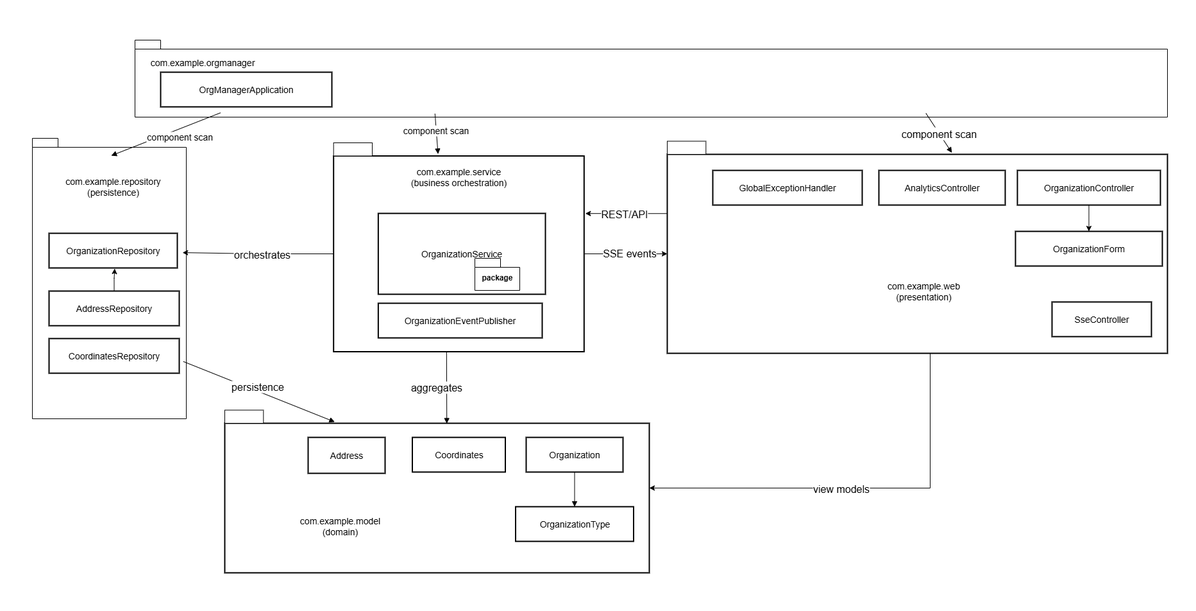
Above: lab3/report/uml2.png in MrTheFall/study_is (draw.io), before the change. Source tidied: cells renumbered, new cells last; positions are measured from the earlier drawing's top-left corner, leaving out a move shared by most shapes.
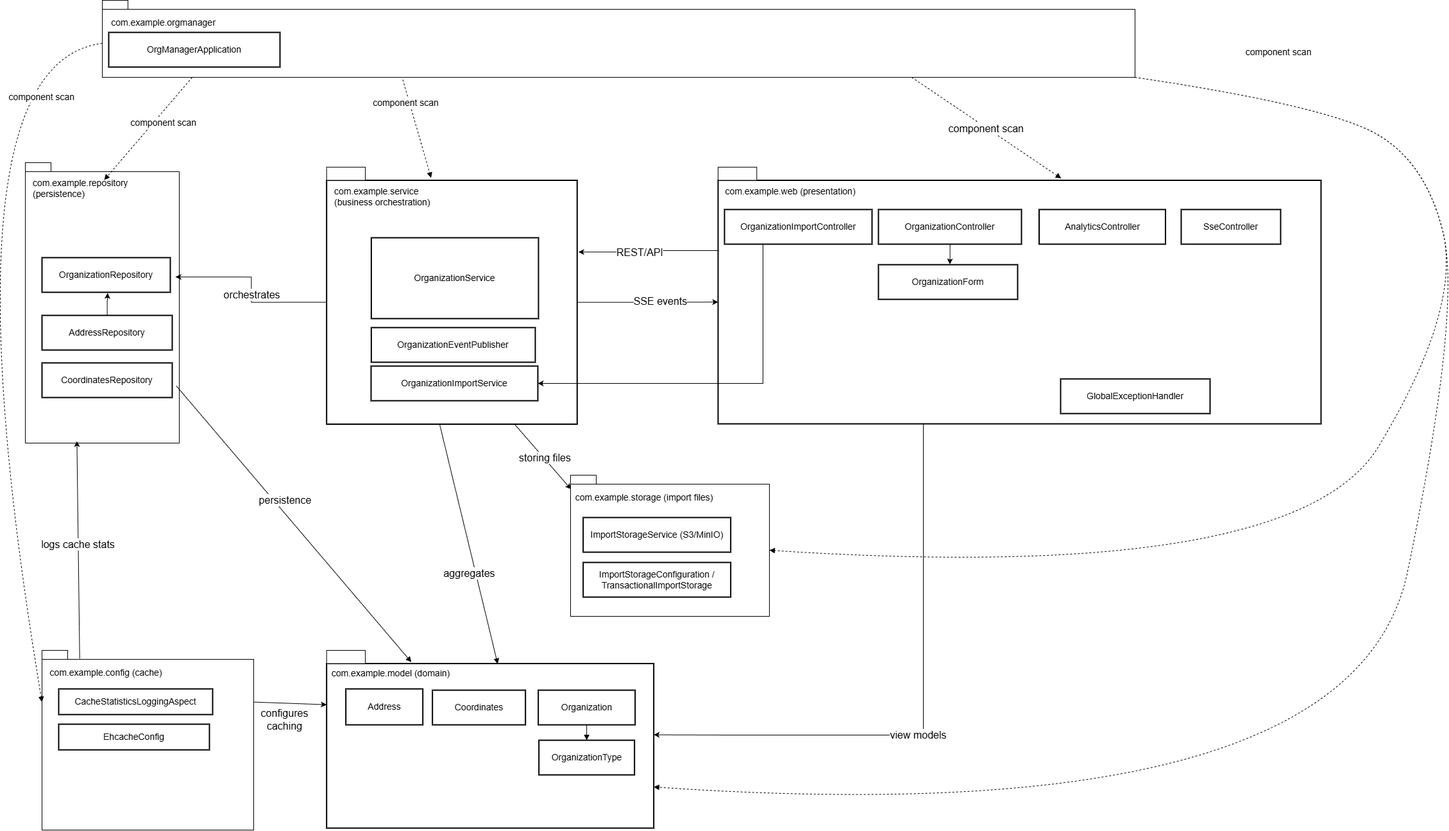
After the change.

Diff of the diagram source:
```diff
@@ -4,2 +4,16 @@
     <mxCell id="1" parent="0" />
+    <mxCell id="52" style="shape=folder;fontStyle=1;spacingTop=10;tabWidth=40;tabHeight=14;tabPosition=left;html=1;whiteSpace=wrap;" parent="1" vertex="1">
+      <mxGeometry x="900" y="702" width="310" height="220" as="geometry" />
+    </mxCell>
+    <mxCell id="53" style="rounded=0;jettySize=auto;html=1;entryX=0;entryY=0.25;entryDx=0;entryDy=0;exitX=0;exitY=0;exitDx=330;exitDy=80.5;exitPerimeter=0;" parent="1" edge="1" source="55" target="4">
+      <mxGeometry relative="1" as="geometry" />
+    </mxCell>
+    <mxCell id="54" value="configures&lt;div&gt;caching&lt;/div&gt;" style="edgeLabel;html=1;align=center;verticalAlign=middle;fontFamily=Helvetica;fontSize=16;fontColor=default;labelBackgroundColor=default;fillColor=none;gradientColor=none;" parent="53" vertex="1">
+      <mxGeometry x="0.05" y="1" relative="1" as="geometry">
+        <mxPoint x="-13" y="25" as="offset" />
+      </mxGeometry>
+    </mxCell>
+    <mxCell id="55" style="shape=folder;fontStyle=1;spacingTop=10;tabWidth=40;tabHeight=14;tabPosition=left;html=1;whiteSpace=wrap;" parent="1" vertex="1">
+      <mxGeometry x="76" y="975.1" width="330" height="280" as="geometry" />
+    </mxCell>
     <mxCell id="2" style="shape=folder;fontStyle=1;spacingTop=10;tabWidth=40;tabHeight=14;tabPosition=left;html=1;whiteSpace=wrap;" parent="1" vertex="1">
@@ -8,6 +22,6 @@
     <mxCell id="3" style="shape=folder;fontStyle=1;spacingTop=10;tabWidth=40;tabHeight=14;tabPosition=left;html=1;whiteSpace=wrap;" parent="1" vertex="1">
-      <mxGeometry x="210" y="62" width="1610" height="120" as="geometry" />
+      <mxGeometry x="170" y="-38" width="1610" height="120" as="geometry" />
     </mxCell>
     <mxCell id="4" style="whiteSpace=wrap;strokeWidth=2;fontSize=14;" parent="1" vertex="1">
-      <mxGeometry x="350" y="659" width="662" height="233" as="geometry" />
+      <mxGeometry x="519.7" y="995.6" width="510" height="256.4" as="geometry" />
     </mxCell>
@@ -22,11 +36,11 @@
     <mxCell id="7" style="whiteSpace=wrap;strokeWidth=2;align=right;fontSize=14;" parent="1" vertex="1">
-      <mxGeometry x="519.7" y="242.5" width="390.6" height="305" as="geometry" />
+      <mxGeometry x="519.7" y="242.5" width="390.6" height="380" as="geometry" />
     </mxCell>
     <mxCell id="8" style="whiteSpace=wrap;strokeWidth=2;fontSize=14;" parent="1" vertex="1">
-      <mxGeometry x="1040" y="240" width="780" height="310" as="geometry" />
+      <mxGeometry x="1130" y="242.5" width="940" height="379.5" as="geometry" />
     </mxCell>
     <mxCell id="9" value="OrgManagerApplication" style="whiteSpace=wrap;strokeWidth=2;fontSize=14;" parent="1" vertex="1">
-      <mxGeometry x="250" y="112" width="267" height="54" as="geometry" />
+      <mxGeometry x="180" y="12" width="267" height="54" as="geometry" />
     </mxCell>
-    <mxCell id="10" style="edgeStyle=orthogonalEdgeStyle;rounded=0;jettySize=auto;html=1;entryX=0.5;entryY=0;entryDx=0;entryDy=0;" parent="1" edge="1" source="11" target="15">
+    <mxCell id="10" style="edgeStyle=orthogonalEdgeStyle;rounded=0;jettySize=auto;html=1;entryX=0.513;entryY=-0.012;entryDx=0;entryDy=0;entryPerimeter=0;" parent="1" edge="1" source="11" target="15">
       <mxGeometry relative="1" as="geometry" />
@@ -34,15 +48,15 @@
     <mxCell id="11" value="OrganizationController" style="whiteSpace=wrap;strokeWidth=2;fontSize=14;" parent="1" vertex="1">
-      <mxGeometry x="1586" y="265" width="223" height="54" as="geometry" />
+      <mxGeometry x="1380" y="288" width="223" height="54" as="geometry" />
     </mxCell>
     <mxCell id="12" value="AnalyticsController" style="whiteSpace=wrap;strokeWidth=2;fontSize=14;" parent="1" vertex="1">
-      <mxGeometry x="1370" y="265" width="197" height="54" as="geometry" />
+      <mxGeometry x="1630.5" y="288" width="197" height="54" as="geometry" />
     </mxCell>
     <mxCell id="13" value="SseController" style="whiteSpace=wrap;strokeWidth=2;fontSize=14;" parent="1" vertex="1">
-      <mxGeometry x="1640" y="470" width="155" height="54" as="geometry" />
+      <mxGeometry x="1852" y="288" width="155" height="54" as="geometry" />
     </mxCell>
     <mxCell id="14" value="GlobalExceptionHandler" style="whiteSpace=wrap;strokeWidth=2;fontSize=14;" parent="1" vertex="1">
-      <mxGeometry x="1111" y="265" width="233" height="54" as="geometry" />
+      <mxGeometry x="1664" y="552" width="233" height="54" as="geometry" />
     </mxCell>
     <mxCell id="15" value="OrganizationForm" style="whiteSpace=wrap;strokeWidth=2;fontSize=14;" parent="1" vertex="1">
-      <mxGeometry x="1583" y="360" width="229" height="54" as="geometry" />
+      <mxGeometry x="1380" y="374" width="217" height="54" as="geometry" />
     </mxCell>
@@ -72,22 +86,18 @@
     <mxCell id="23" value="Organization" style="whiteSpace=wrap;strokeWidth=2;fontSize=14;" parent="1" vertex="1">
-      <mxGeometry x="820" y="681" width="151" height="54" as="geometry" />
+      <mxGeometry x="849.7" y="1037.1" width="151" height="54" as="geometry" />
     </mxCell>
     <mxCell id="24" value="Address" style="whiteSpace=wrap;strokeWidth=2;fontSize=14;" parent="1" vertex="1">
-      <mxGeometry x="480" y="681" width="120" height="56" as="geometry" />
+      <mxGeometry x="549.7" y="1035.1" width="120" height="56" as="geometry" />
     </mxCell>
     <mxCell id="25" value="Coordinates" style="whiteSpace=wrap;strokeWidth=2;fontSize=14;" parent="1" vertex="1">
-      <mxGeometry x="642.5" y="681" width="145" height="54" as="geometry" />
+      <mxGeometry x="684.7" y="1037.1" width="145" height="54" as="geometry" />
     </mxCell>
     <mxCell id="26" value="OrganizationType" style="whiteSpace=wrap;strokeWidth=2;fontSize=14;" parent="1" vertex="1">
-      <mxGeometry x="803.5" y="789" width="184" height="54" as="geometry" />
+      <mxGeometry x="850.7" y="1115.1" width="149" height="54" as="geometry" />
     </mxCell>
-    <mxCell id="27" value="component scan" style="curved=1;startArrow=none;endArrow=block;entryX=0.569;entryY=-0.008;rounded=0;fontSize=16;exitX=0.786;exitY=1;exitDx=0;exitDy=0;exitPerimeter=0;entryDx=0;entryDy=0;entryPerimeter=0;" parent="1" edge="1" target="8">
-      <mxGeometry relative="1" as="geometry">
-        <mxPoint x="1443.4" y="176" as="sourcePoint" />
-      </mxGeometry>
+    <mxCell id="27" value="component scan" style="curved=1;startArrow=none;endArrow=block;entryX=0.569;entryY=-0.008;rounded=0;fontSize=16;exitX=0.784;exitY=1.002;exitDx=0;exitDy=0;exitPerimeter=0;entryDx=0;entryDy=0;entryPerimeter=0;dashed=1;" parent="1" edge="1" source="3" target="8">
+      <mxGeometry relative="1" as="geometry" />
     </mxCell>
-    <mxCell id="28" style="curved=1;startArrow=none;endArrow=block;exitX=0.351;exitY=1.005;entryX=0.417;entryY=-0.01;rounded=0;fontSize=14;entryDx=0;entryDy=0;entryPerimeter=0;exitDx=0;exitDy=0;exitPerimeter=0;" parent="1" edge="1" target="7">
-      <mxGeometry relative="1" as="geometry">
-        <mxPoint x="677.8" y="176.5" as="sourcePoint" />
-      </mxGeometry>
+    <mxCell id="28" style="curved=1;startArrow=none;endArrow=block;exitX=0.291;exitY=1.032;entryX=0.417;entryY=-0.01;rounded=0;fontSize=14;entryDx=0;entryDy=0;entryPerimeter=0;exitDx=0;exitDy=0;exitPerimeter=0;dashed=1;" parent="1" edge="1" source="3" target="7">
+      <mxGeometry relative="1" as="geometry" />
     </mxCell>
@@ -98,5 +108,4 @@
     </mxCell>
-    <mxCell id="30" value="component scan" style="curved=1;startArrow=none;endArrow=block;exitX=0.161;exitY=0.993;entryX=0.5;entryY=0;rounded=0;fontSize=14;exitDx=0;exitDy=0;exitPerimeter=0;entryDx=0;entryDy=0;" parent="1" edge="1">
+    <mxCell id="30" value="component scan" style="curved=1;startArrow=none;endArrow=block;exitX=0.087;exitY=1.002;entryX=0.5;entryY=0;rounded=0;fontSize=14;exitDx=0;exitDy=0;exitPerimeter=0;entryDx=0;entryDy=0;dashed=1;" parent="1" edge="1" source="3">
       <mxGeometry x="-0.21" y="12" relative="1" as="geometry">
-        <mxPoint x="343.4" y="175.3" as="sourcePoint" />
         <mxPoint x="173" y="242" as="targetPoint" />
@@ -125,19 +134,19 @@
     </mxCell>
-    <mxCell id="36" value="&lt;span style=&quot;font-family: Helvetica; font-style: normal; font-variant-ligatures: normal; font-variant-caps: normal; font-weight: 400; letter-spacing: normal; orphans: 2; text-indent: 0px; text-transform: none; widows: 2; word-spacing: 0px; -webkit-text-stroke-width: 0px; white-space: normal; text-decoration-thickness: initial; text-decoration-style: initial; text-decoration-color: initial; float: none; display: inline !important;&quot;&gt;&lt;font style=&quot;color: rgb(0, 0, 0);&quot;&gt;com.example.service&lt;/font&gt;&lt;/span&gt;&lt;div&gt;&lt;span style=&quot;font-family: Helvetica; font-style: normal; font-variant-ligatures: normal; font-variant-caps: normal; font-weight: 400; letter-spacing: normal; orphans: 2; text-indent: 0px; text-transform: none; widows: 2; word-spacing: 0px; -webkit-text-stroke-width: 0px; white-space: normal; text-decoration-thickness: initial; text-decoration-style: initial; text-decoration-color: initial; float: none; display: inline !important;&quot;&gt;&lt;font style=&quot;color: rgb(0, 0, 0);&quot;&gt;(business orchestration)&lt;/font&gt;&lt;/span&gt;&lt;/div&gt;" style="text;whiteSpace=wrap;html=1;strokeWidth=2;fontSize=14;align=center;" parent="1" vertex="1">
-      <mxGeometry x="585" y="252" width="260" height="46" as="geometry" />
+    <mxCell id="36" value="&lt;span style=&quot;font-family: Helvetica; font-style: normal; font-variant-ligatures: normal; font-variant-caps: normal; font-weight: 400; letter-spacing: normal; orphans: 2; text-indent: 0px; text-transform: none; widows: 2; word-spacing: 0px; -webkit-text-stroke-width: 0px; white-space: normal; text-decoration-thickness: initial; text-decoration-style: initial; text-decoration-color: initial; float: none; display: inline !important;&quot;&gt;&lt;font style=&quot;color: rgb(0, 0, 0);&quot;&gt;com.example.service&lt;/font&gt;&lt;/span&gt;&lt;div&gt;&lt;span style=&quot;font-family: Helvetica; font-style: normal; font-variant-ligatures: normal; font-variant-caps: normal; font-weight: 400; letter-spacing: normal; orphans: 2; text-indent: 0px; text-transform: none; widows: 2; word-spacing: 0px; -webkit-text-stroke-width: 0px; white-space: normal; text-decoration-thickness: initial; text-decoration-style: initial; text-decoration-color: initial; float: none; display: inline !important;&quot;&gt;&lt;font style=&quot;color: rgb(0, 0, 0);&quot;&gt;(business orchestration)&lt;/font&gt;&lt;/span&gt;&lt;/div&gt;" style="text;whiteSpace=wrap;html=1;strokeWidth=2;fontSize=14;align=left;" parent="1" vertex="1">
+      <mxGeometry x="530" y="245" width="260" height="46" as="geometry" />
     </mxCell>
-    <mxCell id="37" value="com.example.&lt;span&gt;model&lt;br&gt;(domain)&lt;/span&gt;" style="text;whiteSpace=wrap;html=1;strokeWidth=2;fontSize=14;align=center;" parent="1" vertex="1">
-      <mxGeometry x="430" y="796" width="200" height="40" as="geometry" />
+    <mxCell id="37" value="com.example.&lt;span&gt;model (domain)&lt;/span&gt;" style="text;whiteSpace=wrap;html=1;strokeWidth=2;fontSize=14;align=center;" parent="1" vertex="1">
+      <mxGeometry x="519.7" y="995.6" width="200" height="40" as="geometry" />
     </mxCell>
-    <mxCell id="38" value="&lt;span&gt;com.example.&lt;/span&gt;&lt;span&gt;&lt;font&gt;web&lt;/font&gt;&lt;/span&gt;&lt;div&gt;&lt;span&gt;&lt;font&gt;(presentation)&lt;/font&gt;&lt;/span&gt;&lt;/div&gt;" style="text;whiteSpace=wrap;html=1;strokeWidth=2;fontSize=14;rounded=0;glass=0;shadow=0;labelBorderColor=none;textShadow=0;labelBackgroundColor=none;align=center;" parent="1" vertex="1">
-      <mxGeometry x="1320" y="430" width="240" height="40" as="geometry" />
+    <mxCell id="38" value="&lt;span&gt;com.example.&lt;/span&gt;&lt;span&gt;&lt;font&gt;web&amp;nbsp;&lt;/font&gt;&lt;/span&gt;&lt;span style=&quot;background-color: transparent; color: light-dark(rgb(0, 0, 0), rgb(255, 255, 255));&quot;&gt;(presentation)&lt;/span&gt;" style="text;whiteSpace=wrap;html=1;strokeWidth=2;fontSize=14;rounded=0;glass=0;shadow=0;labelBorderColor=none;textShadow=0;labelBackgroundColor=none;align=center;" parent="1" vertex="1">
+      <mxGeometry x="1130" y="245" width="226" height="40" as="geometry" />
     </mxCell>
     <mxCell id="39" value="&lt;font&gt;&lt;span style=&quot;text-wrap-mode: wrap;&quot;&gt;com.example.orgmanager&lt;/span&gt;&lt;br&gt;&lt;/font&gt;" style="text;html=1;align=center;verticalAlign=middle;strokeColor=none;fillColor=none;fontSize=14;" parent="1" vertex="1">
-      <mxGeometry x="220" y="82" width="190" height="30" as="geometry" />
+      <mxGeometry x="170" y="-18" width="190" height="30" as="geometry" />
     </mxCell>
     <mxCell id="40" value="&amp;nbsp;" style="text;html=1;align=center;verticalAlign=middle;strokeColor=none;fillColor=none;fontSize=14;" parent="1" vertex="1">
-      <mxGeometry y="922" width="30" height="30" as="geometry" />
+      <mxGeometry x="87" y="1100.1" width="30" height="30" as="geometry" />
     </mxCell>
-    <mxCell id="41" value="com.example.repository (persistence)" style="text;whiteSpace=wrap;html=1;strokeWidth=2;fontSize=14;align=center;" parent="1" vertex="1">
-      <mxGeometry x="76" y="267" width="200" height="40" as="geometry" />
+    <mxCell id="41" value="com.example.repository (persistence)" style="text;whiteSpace=wrap;html=1;strokeWidth=2;fontSize=14;align=left;" parent="1" vertex="1">
+      <mxGeometry x="60" y="232" width="200" height="40" as="geometry" />
     </mxCell>
@@ -149,3 +158,4 @@
         <Array as="points">
-          <mxPoint x="1450" y="760" />
+          <mxPoint x="1450" y="1107" />
+          <mxPoint x="1151" y="1107" />
         </Array>
@@ -154,3 +164,5 @@
     <mxCell id="44" value="view models" style="edgeLabel;html=1;align=center;verticalAlign=middle;fontSize=16;" parent="43" vertex="1">
-      <mxGeometry x="0.08" relative="1" as="geometry" />
+      <mxGeometry x="0.08" relative="1" as="geometry">
+        <mxPoint x="-4" y="-1" as="offset" />
+      </mxGeometry>
     </mxCell>
@@ -159,3 +171,4 @@
         <Array as="points">
-          <mxPoint x="1000" y="332" />
+          <mxPoint x="1000" y="352" />
+          <mxPoint x="1000" y="354" />
         </Array>
@@ -171,5 +184,2 @@
     </mxCell>
-    <mxCell id="48" value="package" style="shape=folder;fontStyle=1;spacingTop=10;tabWidth=40;tabHeight=14;tabPosition=left;html=1;whiteSpace=wrap;" parent="1" vertex="1">
-      <mxGeometry x="740" y="402" width="70" height="50" as="geometry" />
-    </mxCell>
     <mxCell id="49" style="rounded=0;whiteSpace=wrap;html=1;" parent="1" vertex="1">
@@ -178,7 +188,85 @@
     <mxCell id="50" style="rounded=0;whiteSpace=wrap;html=1;" parent="1" vertex="1">
-      <mxGeometry x="350" y="638.5" width="60.3" height="20.5" as="geometry" />
+      <mxGeometry x="519.7" y="975.1" width="60.3" height="20.5" as="geometry" />
     </mxCell>
     <mxCell id="51" style="rounded=0;whiteSpace=wrap;html=1;" parent="1" vertex="1">
-      <mxGeometry x="1040" y="219.5" width="60.3" height="20.5" as="geometry" />
+      <mxGeometry x="1130" y="222" width="60.3" height="20.5" as="geometry" />
     </mxCell>
+    <mxCell id="56" value="com.example.config (cache)" style="text;whiteSpace=wrap;html=1;strokeWidth=2;fontSize=14;align=center;" parent="1" vertex="1">
+      <mxGeometry x="76" y="995.1" width="200" height="30" as="geometry" />
+    </mxCell>
+    <mxCell id="57" value="EhcacheConfig" style="whiteSpace=wrap;strokeWidth=2;fontSize=14;" parent="1" vertex="1">
+      <mxGeometry x="102" y="1090.1" width="235" height="40" as="geometry" />
+    </mxCell>
+    <mxCell id="58" value="CacheStatisticsLoggingAspect" style="whiteSpace=wrap;strokeWidth=2;fontSize=14;" parent="1" vertex="1">
+      <mxGeometry x="102" y="1035.1" width="240" height="40" as="geometry" />
+    </mxCell>
+    <mxCell id="59" value="OrganizationImportService" style="whiteSpace=wrap;strokeWidth=2;fontSize=14;" parent="1" vertex="1">
+      <mxGeometry x="589" y="532" width="260" height="54" as="geometry" />
+    </mxCell>
+    <mxCell id="60" value="OrganizationImportController" style="whiteSpace=wrap;strokeWidth=2;fontSize=14;" parent="1" vertex="1">
+      <mxGeometry x="1140" y="288" width="230" height="54" as="geometry" />
+    </mxCell>
+    <mxCell id="61" value="com.example.storage (import files)" style="text;whiteSpace=wrap;html=1;strokeWidth=2;fontSize=14;align=center;" parent="1" vertex="1">
+      <mxGeometry x="900" y="722" width="230" height="30" as="geometry" />
+    </mxCell>
+    <mxCell id="62" value="ImportStorageService (S3/MinIO)" style="whiteSpace=wrap;strokeWidth=2;fontSize=14;" parent="1" vertex="1">
+      <mxGeometry x="919.7" y="768" width="230" height="54" as="geometry" />
+    </mxCell>
+    <mxCell id="63" value="ImportStorageConfiguration / TransactionalImportStorage" style="whiteSpace=wrap;strokeWidth=2;fontSize=14;" parent="1" vertex="1">
+      <mxGeometry x="919.7" y="838" width="230" height="54" as="geometry" />
+    </mxCell>
+    <mxCell id="64" style="edgeStyle=orthogonalEdgeStyle;rounded=0;jettySize=auto;html=1;entryX=1;entryY=0.5;entryDx=0;entryDy=0;" parent="1" edge="1" source="60" target="59">
+      <mxGeometry relative="1" as="geometry">
+        <Array as="points">
+          <mxPoint x="1200" y="559" />
+        </Array>
+      </mxGeometry>
+    </mxCell>
+    <mxCell id="65" style="rounded=0;jettySize=auto;html=1;exitX=0.178;exitY=0.046;exitDx=0;exitDy=0;exitPerimeter=0;entryX=0.335;entryY=0.993;entryDx=0;entryDy=0;entryPerimeter=0;" parent="1" edge="1" source="55" target="2">
+      <mxGeometry relative="1" as="geometry" />
+    </mxCell>
+    <mxCell id="66" value="logs cache stats" style="edgeLabel;html=1;align=center;verticalAlign=middle;fontFamily=Helvetica;fontSize=16;fontColor=default;labelBackgroundColor=default;fillColor=none;gradientColor=none;" parent="65" vertex="1">
+      <mxGeometry x="0.05" y="1" relative="1" as="geometry">
+        <mxPoint y="-1" as="offset" />
+      </mxGeometry>
+    </mxCell>
+    <mxCell id="67" style="rounded=0;jettySize=auto;html=1;entryX=0.002;entryY=0.099;entryDx=0;entryDy=0;exitX=0.75;exitY=1;exitDx=0;exitDy=0;entryPerimeter=0;" parent="1" edge="1" source="7" target="52">
+      <mxGeometry relative="1" as="geometry" />
+    </mxCell>
+    <mxCell id="68" value="storing files" style="edgeLabel;html=1;align=center;verticalAlign=middle;fontFamily=Helvetica;fontSize=16;fontColor=default;labelBackgroundColor=default;fillColor=none;gradientColor=none;" parent="67" vertex="1">
+      <mxGeometry x="0.05" y="1" relative="1" as="geometry">
+        <mxPoint y="-1" as="offset" />
+      </mxGeometry>
+    </mxCell>
+    <mxCell id="69" value="component scan" style="curved=1;startArrow=none;endArrow=block;exitX=0;exitY=0;entryX=0;entryY=0;rounded=0;fontSize=14;exitDx=0;exitDy=67;exitPerimeter=0;entryDx=0;entryDy=80.5;entryPerimeter=0;dashed=1;" parent="1" edge="1" source="3" target="55">
+      <mxGeometry x="-0.84" y="71" relative="1" as="geometry">
+        <Array as="points">
+          <mxPoint x="-90" y="62" />
+        </Array>
+        <mxPoint y="-1" as="offset" />
+      </mxGeometry>
+    </mxCell>
+    <mxCell id="70" value="component scan" style="curved=1;startArrow=none;endArrow=block;exitX=0;exitY=0;entryX=1;entryY=0.75;rounded=0;fontSize=14;exitDx=1610;exitDy=119.99999999999999;exitPerimeter=0;entryDx=0;entryDy=0;dashed=1;" parent="1" edge="1" source="3" target="4">
+      <mxGeometry x="-0.84" y="71" relative="1" as="geometry">
+        <Array as="points">
+          <mxPoint x="2050" y="122" />
+          <mxPoint x="2230" y="202" />
+          <mxPoint x="2290" y="442" />
+          <mxPoint x="2120" y="1262" />
+        </Array>
+        <mxPoint y="-1" as="offset" />
+      </mxGeometry>
+    </mxCell>
+    <mxCell id="71" style="curved=1;startArrow=none;endArrow=block;exitX=0;exitY=0;entryX=0;entryY=0;rounded=0;fontSize=14;exitDx=1610;exitDy=119.99999999999999;exitPerimeter=0;entryDx=310;entryDy=117;dashed=1;entryPerimeter=0;" parent="1" edge="1" target="52">
+      <mxGeometry x="-0.84" y="71" relative="1" as="geometry">
+        <mxPoint x="1779.7" y="82" as="sourcePoint" />
+        <Array as="points">
+          <mxPoint x="2049.7" y="122" />
+          <mxPoint x="2229.7" y="202" />
+          <mxPoint x="2289.7" y="442" />
+          <mxPoint x="2030" y="872" />
+        </Array>
+        <mxPoint y="-1" as="offset" />
+      </mxGeometry>
+    </mxCell>
   </root>
```
